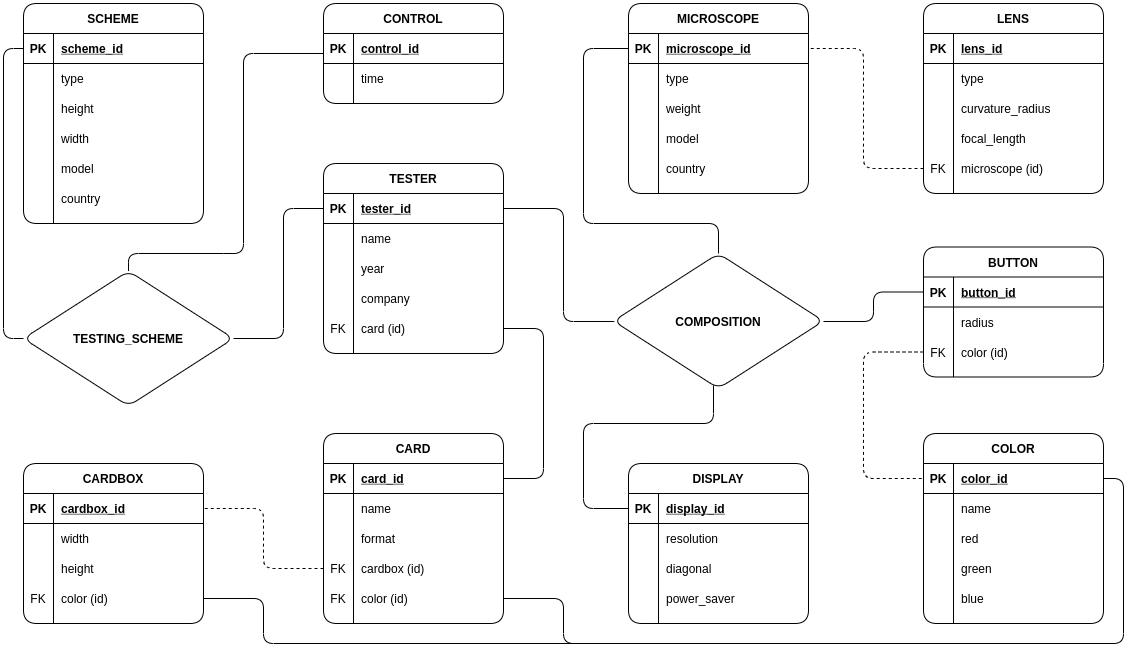
Before: docs/infological-model.png, a diagram exported from draw.io (insaniss/information-systems-and-databases). Source tidied: cells renumbered, new cells last; positions are measured from the earlier drawing's top-left corner, leaving out a move shared by most shapes.
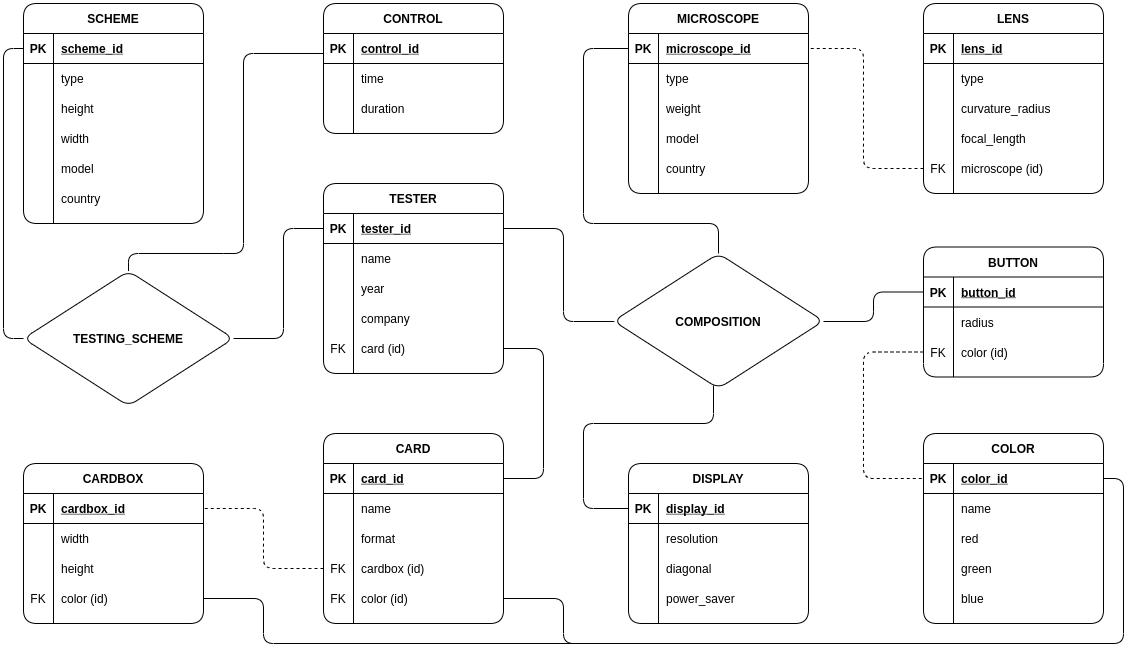
After the commit.

What changed in the source:
```diff
@@ -60,7 +60,7 @@
       <mxGeometry x="30" width="150" height="30" as="geometry" />
     </mxCell>
     <mxCell id="21" value="CONTROL" style="shape=table;startSize=30;rowLines=0;fontStyle=1;align=center;hachureGap=4;fillColor=none;rounded=1;" parent="1" vertex="1">
-      <mxGeometry x="330" width="180" height="100" as="geometry" />
+      <mxGeometry x="330" width="180" height="130" as="geometry" />
     </mxCell>
     <mxCell id="22" style="shape=partialRectangle;fillColor=none;top=0;left=0;bottom=1;right=0;" parent="21" vertex="1">
       <mxGeometry y="30" width="180" height="30" as="geometry" />
@@ -80,6 +80,15 @@
     <mxCell id="27" value="time" style="shape=partialRectangle;fillColor=none;top=0;left=0;bottom=0;right=0;align=left;spacingLeft=6;overflow=hidden;" parent="25" vertex="1">
       <mxGeometry x="30" width="150" height="30" as="geometry" />
     </mxCell>
+    <mxCell id="163" style="shape=partialRectangle;fillColor=none;top=0;left=0;bottom=0;right=0;" parent="21" vertex="1">
+      <mxGeometry y="90" width="180" height="30" as="geometry" />
+    </mxCell>
+    <mxCell id="164" style="shape=partialRectangle;fillColor=none;top=0;left=0;bottom=0;right=0;overflow=hidden;" parent="163" vertex="1">
+      <mxGeometry width="30" height="30" as="geometry" />
+    </mxCell>
+    <mxCell id="165" value="duration" style="shape=partialRectangle;fillColor=none;top=0;left=0;bottom=0;right=0;align=left;spacingLeft=6;overflow=hidden;" parent="163" vertex="1">
+      <mxGeometry x="30" width="150" height="30" as="geometry" />
+    </mxCell>
     <mxCell id="28" value="MICROSCOPE" style="shape=table;startSize=30;rowLines=0;fontStyle=1;align=center;hachureGap=4;fillColor=none;rounded=1;" parent="1" vertex="1">
       <mxGeometry x="635" width="180" height="190" as="geometry" />
     </mxCell>
@@ -351,7 +360,7 @@
       <mxGeometry x="30" width="150" height="30" as="geometry" />
     </mxCell>
     <mxCell id="118" value="TESTER" style="shape=table;startSize=30;rowLines=0;fontStyle=1;align=center;hachureGap=4;fillColor=none;rounded=1;" parent="1" vertex="1">
-      <mxGeometry x="330" y="160" width="180" height="190" as="geometry" />
+      <mxGeometry x="330" y="180" width="180" height="190" as="geometry" />
     </mxCell>
     <mxCell id="119" style="shape=partialRectangle;fillColor=none;top=0;left=0;bottom=1;right=0;points=[[0,0.5],[1,0.5]];portConstraint=eastwest;" parent="118" vertex="1">
       <mxGeometry y="30" width="180" height="30" as="geometry" />
```
